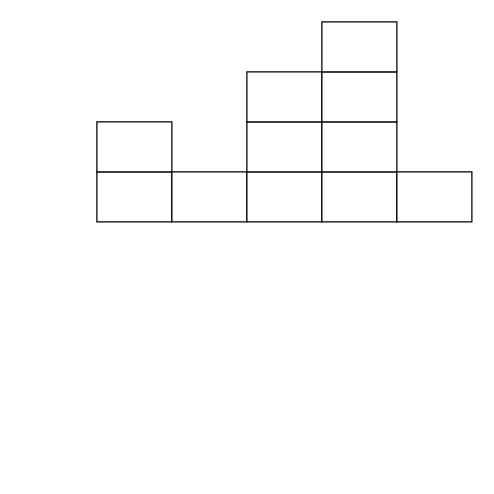
Before: algorithm/hdu3250_看到的牛.drawio in erlieStar/diagrams, a draw.io diagram. Source tidied: cells renumbered, new cells numbered last; positions are measured from the earlier drawing's top-left corner, leaving out a move shared by most shapes. Both pictures are drawn from the tidied source at 125%, with x=0, y=0 at pixel (96, 21).
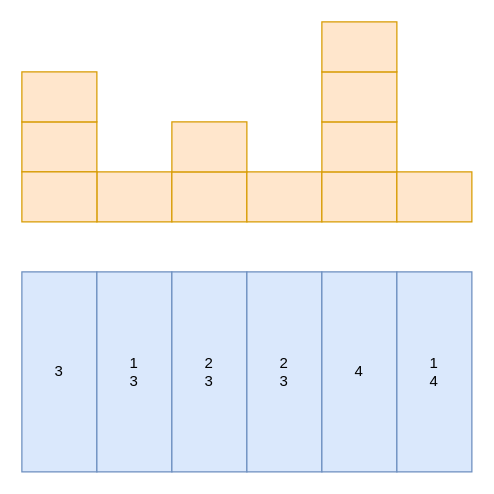
After the change.

What changed in the source:
```diff
@@
 <mxGraphModel>
   <root>
     <mxCell id="0" />
     <mxCell id="1" parent="0" />
-    <mxCell id="2" style="rounded=0;whiteSpace=wrap;html=1;" parent="1" vertex="1">
+    <mxCell id="2" style="rounded=0;whiteSpace=wrap;html=1;fillColor=#ffe6cc;strokeColor=#d79b00;" parent="1" vertex="1">
       <mxGeometry y="120" width="60" height="40" as="geometry" />
     </mxCell>
-    <mxCell id="3" style="rounded=0;whiteSpace=wrap;html=1;" parent="1" vertex="1">
-      <mxGeometry y="80" width="60" height="40" as="geometry" />
+    <mxCell id="3" style="rounded=0;whiteSpace=wrap;html=1;fillColor=#ffe6cc;strokeColor=#d79b00;" parent="1" vertex="1">
+      <mxGeometry x="-60" y="80" width="60" height="40" as="geometry" />
     </mxCell>
-    <mxCell id="4" style="rounded=0;whiteSpace=wrap;html=1;" parent="1" vertex="1">
+    <mxCell id="4" style="rounded=0;whiteSpace=wrap;html=1;fillColor=#ffe6cc;strokeColor=#d79b00;" parent="1" vertex="1">
       <mxGeometry x="60" y="120" width="60" height="40" as="geometry" />
     </mxCell>
-    <mxCell id="5" style="rounded=0;whiteSpace=wrap;html=1;" parent="1" vertex="1">
+    <mxCell id="5" style="rounded=0;whiteSpace=wrap;html=1;fillColor=#ffe6cc;strokeColor=#d79b00;" parent="1" vertex="1">
       <mxGeometry x="120" y="120" width="60" height="40" as="geometry" />
     </mxCell>
-    <mxCell id="6" style="rounded=0;whiteSpace=wrap;html=1;" parent="1" vertex="1">
-      <mxGeometry x="120" y="80" width="60" height="40" as="geometry" />
+    <mxCell id="6" style="rounded=0;whiteSpace=wrap;html=1;fillColor=#ffe6cc;strokeColor=#d79b00;" parent="1" vertex="1">
+      <mxGeometry x="-60" y="40" width="60" height="40" as="geometry" />
     </mxCell>
-    <mxCell id="7" style="rounded=0;whiteSpace=wrap;html=1;" parent="1" vertex="1">
-      <mxGeometry x="120" y="40" width="60" height="40" as="geometry" />
+    <mxCell id="7" style="rounded=0;whiteSpace=wrap;html=1;fillColor=#ffe6cc;strokeColor=#d79b00;" parent="1" vertex="1">
+      <mxGeometry x="60" y="80" width="60" height="40" as="geometry" />
     </mxCell>
-    <mxCell id="8" style="rounded=0;whiteSpace=wrap;html=1;" parent="1" vertex="1">
+    <mxCell id="8" style="rounded=0;whiteSpace=wrap;html=1;fillColor=#ffe6cc;strokeColor=#d79b00;" parent="1" vertex="1">
       <mxGeometry x="180" y="120" width="60" height="40" as="geometry" />
     </mxCell>
-    <mxCell id="9" style="rounded=0;whiteSpace=wrap;html=1;" parent="1" vertex="1">
+    <mxCell id="9" style="rounded=0;whiteSpace=wrap;html=1;fillColor=#ffe6cc;strokeColor=#d79b00;" parent="1" vertex="1">
       <mxGeometry x="180" y="80" width="60" height="40" as="geometry" />
     </mxCell>
-    <mxCell id="10" style="rounded=0;whiteSpace=wrap;html=1;" parent="1" vertex="1">
+    <mxCell id="10" style="rounded=0;whiteSpace=wrap;html=1;fillColor=#ffe6cc;strokeColor=#d79b00;" parent="1" vertex="1">
       <mxGeometry x="180" y="40" width="60" height="40" as="geometry" />
     </mxCell>
-    <mxCell id="11" style="rounded=0;whiteSpace=wrap;html=1;" parent="1" vertex="1">
+    <mxCell id="11" style="rounded=0;whiteSpace=wrap;html=1;fillColor=#ffe6cc;strokeColor=#d79b00;" parent="1" vertex="1">
       <mxGeometry x="180" width="60" height="40" as="geometry" />
     </mxCell>
-    <mxCell id="12" style="rounded=0;whiteSpace=wrap;html=1;" parent="1" vertex="1">
+    <mxCell id="12" style="rounded=0;whiteSpace=wrap;html=1;fillColor=#ffe6cc;strokeColor=#d79b00;" parent="1" vertex="1">
       <mxGeometry x="240" y="120" width="60" height="40" as="geometry" />
     </mxCell>
+    <mxCell id="13" value="3" style="rounded=0;whiteSpace=wrap;html=1;fillColor=#dae8fc;strokeColor=#6c8ebf;" parent="1" vertex="1">
+      <mxGeometry x="-60" y="200" width="60" height="160" as="geometry" />
+    </mxCell>
+    <mxCell id="14" value="1&lt;br&gt;3" style="rounded=0;whiteSpace=wrap;html=1;fillColor=#dae8fc;strokeColor=#6c8ebf;" parent="1" vertex="1">
+      <mxGeometry y="200" width="60" height="160" as="geometry" />
+    </mxCell>
+    <mxCell id="15" value="2&lt;br&gt;3" style="rounded=0;whiteSpace=wrap;html=1;fillColor=#dae8fc;strokeColor=#6c8ebf;" parent="1" vertex="1">
+      <mxGeometry x="60" y="200" width="60" height="160" as="geometry" />
+    </mxCell>
+    <mxCell id="16" style="rounded=0;whiteSpace=wrap;html=1;fillColor=#ffe6cc;strokeColor=#d79b00;" parent="1" vertex="1">
+      <mxGeometry x="-60" y="120" width="60" height="40" as="geometry" />
+    </mxCell>
+    <mxCell id="17" value="2&lt;br&gt;3" style="rounded=0;whiteSpace=wrap;html=1;fillColor=#dae8fc;strokeColor=#6c8ebf;" parent="1" vertex="1">
+      <mxGeometry x="120" y="200" width="60" height="160" as="geometry" />
+    </mxCell>
+    <mxCell id="18" value="4" style="rounded=0;whiteSpace=wrap;html=1;fillColor=#dae8fc;strokeColor=#6c8ebf;" parent="1" vertex="1">
+      <mxGeometry x="180" y="200" width="60" height="160" as="geometry" />
+    </mxCell>
+    <mxCell id="19" value="1&lt;br&gt;4" style="rounded=0;whiteSpace=wrap;html=1;fillColor=#dae8fc;strokeColor=#6c8ebf;" parent="1" vertex="1">
+      <mxGeometry x="240" y="200" width="60" height="160" as="geometry" />
+    </mxCell>
   </root>
 </mxGraphModel>
```
